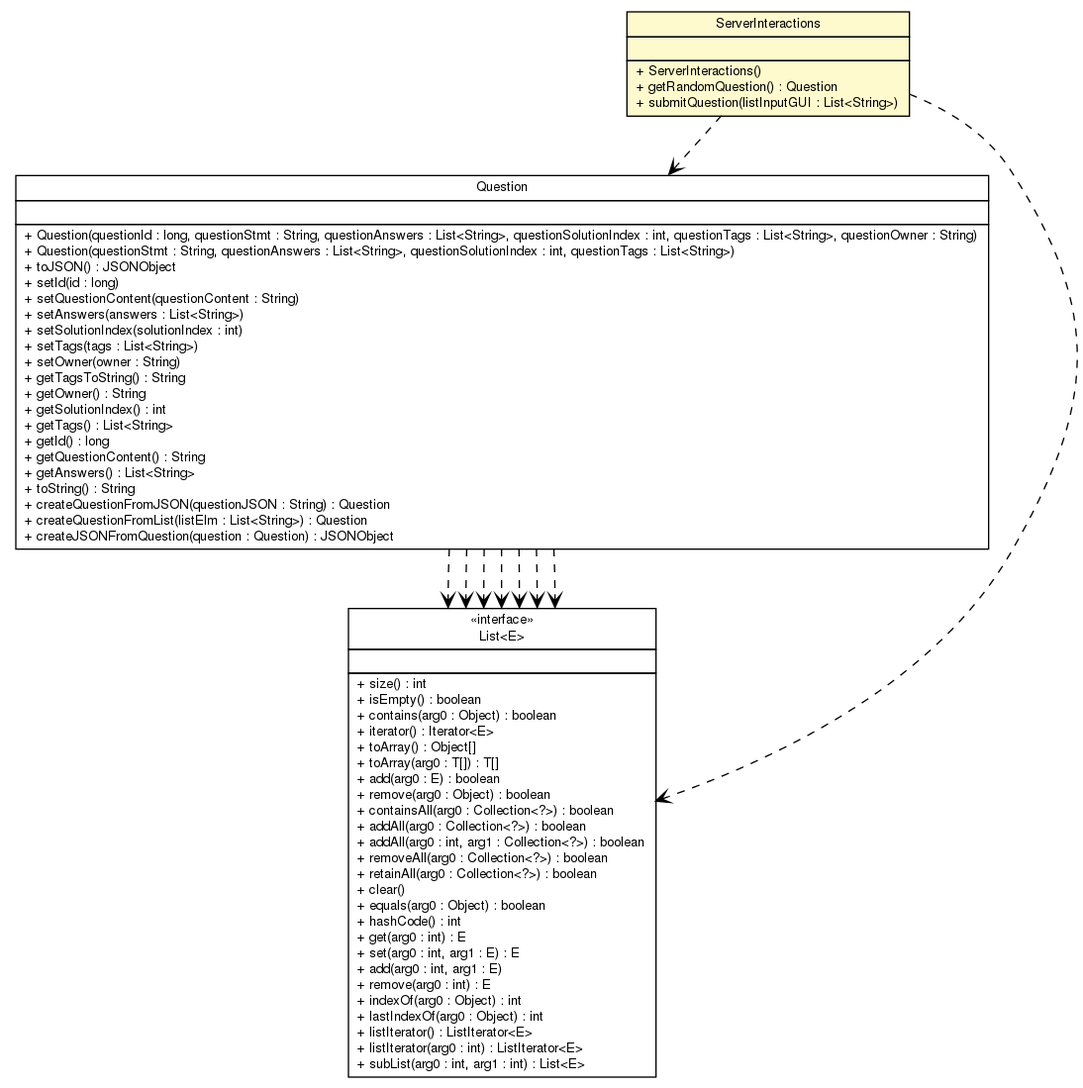
Before: SwEng2013QuizApp/reports/epfl/sweng/servercomm/ServerInteractions.png, a diagram exported from Graphviz (SidneyBovet/sweng-2013-quizapp). Its source is kept beside it as SwEng2013QuizApp/reports/epfl/sweng/servercomm/ServerInteractions.dot.
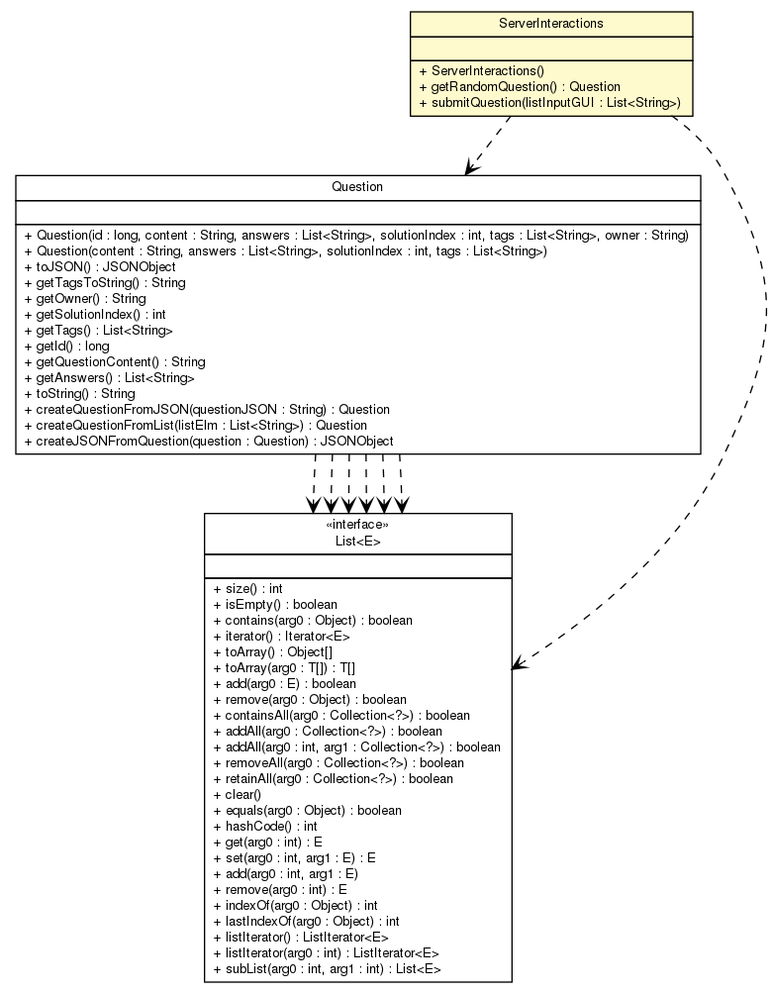
Above is the later version.

Change to the diagram source:
```diff
@@ -4,7 +4,7 @@
 	node [fontname="Helvetica",fontsize=10,shape=plaintext];
 	nodesep=0.25;
 	ranksep=0.5;
-	c754 [label=<<table title="epfl.sweng.backend.Question" border="0" cellborder="1" cellspacing="0" cellpadding="2" port="p" href="../backend/Question.html">
+	c723 [label=<<table title="epfl.sweng.backend.Question" border="0" cellborder="1" cellspacing="0" cellpadding="2" port="p" href="../backend/Question.html">
 		<tr><td><table border="0" cellspacing="0" cellpadding="1">
 <tr><td align="center" balign="center"> Question </td></tr>
 		</table></td></tr>
@@ -12,15 +12,9 @@
 <tr><td align="left" balign="left">  </td></tr>
 		</table></td></tr>
 		<tr><td><table border="0" cellspacing="0" cellpadding="1">
-<tr><td align="left" balign="left"> + Question(questionId : long, questionStmt : String, questionAnswers : List&lt;String&gt;, questionSolutionIndex : int, questionTags : List&lt;String&gt;, questionOwner : String) </td></tr>
-<tr><td align="left" balign="left"> + Question(questionStmt : String, questionAnswers : List&lt;String&gt;, questionSolutionIndex : int, questionTags : List&lt;String&gt;) </td></tr>
+<tr><td align="left" balign="left"> + Question(id : long, content : String, answers : List&lt;String&gt;, solutionIndex : int, tags : List&lt;String&gt;, owner : String) </td></tr>
+<tr><td align="left" balign="left"> + Question(content : String, answers : List&lt;String&gt;, solutionIndex : int, tags : List&lt;String&gt;) </td></tr>
 <tr><td align="left" balign="left"> + toJSON() : JSONObject </td></tr>
-<tr><td align="left" balign="left"> + setId(id : long) </td></tr>
-<tr><td align="left" balign="left"> + setQuestionContent(questionContent : String) </td></tr>
-<tr><td align="left" balign="left"> + setAnswers(answers : List&lt;String&gt;) </td></tr>
-<tr><td align="left" balign="left"> + setSolutionIndex(solutionIndex : int) </td></tr>
-<tr><td align="left" balign="left"> + setTags(tags : List&lt;String&gt;) </td></tr>
-<tr><td align="left" balign="left"> + setOwner(owner : String) </td></tr>
 <tr><td align="left" balign="left"> + getTagsToString() : String </td></tr>
 <tr><td align="left" balign="left"> + getOwner() : String </td></tr>
 <tr><td align="left" balign="left"> + getSolutionIndex() : int </td></tr>
@@ -34,7 +28,7 @@
 <tr><td align="left" balign="left"> + createJSONFromQuestion(question : Question) : JSONObject </td></tr>
 		</table></td></tr>
 		</table>>, URL="../backend/Question.html", fontname="Helvetica", fontcolor="black", fontsize=10.0];
-	c760 [label=<<table title="epfl.sweng.servercomm.ServerInteractions" border="0" cellborder="1" cellspacing="0" cellpadding="2" port="p" bgcolor="lemonChiffon" href="./ServerInteractions.html">
+	c729 [label=<<table title="epfl.sweng.servercomm.ServerInteractions" border="0" cellborder="1" cellspacing="0" cellpadding="2" port="p" bgcolor="lemonChiffon" href="./ServerInteractions.html">
 		<tr><td><table border="0" cellspacing="0" cellpadding="1">
 <tr><td align="center" balign="center"> ServerInteractions </td></tr>
 		</table></td></tr>
@@ -47,16 +41,15 @@
 <tr><td align="left" balign="left"> + submitQuestion(listInputGUI : List&lt;String&gt;) </td></tr>
 		</table></td></tr>
 		</table>>, URL="./ServerInteractions.html", fontname="Helvetica", fontcolor="black", fontsize=10.0];
-	c754:p -> c777:p [taillabel="", label="", headlabel="", fontname="Helvetica", fontcolor="black", fontsize=10.0, color="black", arrowhead=open, style=dashed];
-	c754:p -> c777:p [taillabel="", label="", headlabel="", fontname="Helvetica", fontcolor="black", fontsize=10.0, color="black", arrowhead=open, style=dashed];
-	c754:p -> c777:p [taillabel="", label="", headlabel="", fontname="Helvetica", fontcolor="black", fontsize=10.0, color="black", arrowhead=open, style=dashed];
-	c754:p -> c777:p [taillabel="", label="", headlabel="", fontname="Helvetica", fontcolor="black", fontsize=10.0, color="black", arrowhead=open, style=dashed];
-	c754:p -> c777:p [taillabel="", label="", headlabel="", fontname="Helvetica", fontcolor="black", fontsize=10.0, color="black", arrowhead=open, style=dashed];
-	c754:p -> c777:p [taillabel="", label="", headlabel="", fontname="Helvetica", fontcolor="black", fontsize=10.0, color="black", arrowhead=open, style=dashed];
-	c754:p -> c777:p [taillabel="", label="", headlabel="", fontname="Helvetica", fontcolor="black", fontsize=10.0, color="black", arrowhead=open, style=dashed];
-	c760:p -> c777:p [taillabel="", label="", headlabel="", fontname="Helvetica", fontcolor="black", fontsize=10.0, color="black", arrowhead=open, style=dashed];
-	c760:p -> c754:p [taillabel="", label="", headlabel="", fontname="Helvetica", fontcolor="black", fontsize=10.0, color="black", arrowhead=open, style=dashed];
-	c777 [label=<<table title="java.util.List" border="0" cellborder="1" cellspacing="0" cellpadding="2" port="p" href="http://java.sun.com/j2se/1.4.2/docs/api/java/util/List.html">
+	c723:p -> c746:p [taillabel="", label="", headlabel="", fontname="Helvetica", fontcolor="black", fontsize=10.0, color="black", arrowhead=open, style=dashed];
+	c723:p -> c746:p [taillabel="", label="", headlabel="", fontname="Helvetica", fontcolor="black", fontsize=10.0, color="black", arrowhead=open, style=dashed];
+	c723:p -> c746:p [taillabel="", label="", headlabel="", fontname="Helvetica", fontcolor="black", fontsize=10.0, color="black", arrowhead=open, style=dashed];
+	c723:p -> c746:p [taillabel="", label="", headlabel="", fontname="Helvetica", fontcolor="black", fontsize=10.0, color="black", arrowhead=open, style=dashed];
+	c723:p -> c746:p [taillabel="", label="", headlabel="", fontname="Helvetica", fontcolor="black", fontsize=10.0, color="black", arrowhead=open, style=dashed];
+	c723:p -> c746:p [taillabel="", label="", headlabel="", fontname="Helvetica", fontcolor="black", fontsize=10.0, color="black", arrowhead=open, style=dashed];
+	c729:p -> c746:p [taillabel="", label="", headlabel="", fontname="Helvetica", fontcolor="black", fontsize=10.0, color="black", arrowhead=open, style=dashed];
+	c729:p -> c723:p [taillabel="", label="", headlabel="", fontname="Helvetica", fontcolor="black", fontsize=10.0, color="black", arrowhead=open, style=dashed];
+	c746 [label=<<table title="java.util.List" border="0" cellborder="1" cellspacing="0" cellpadding="2" port="p" href="http://java.sun.com/j2se/1.4.2/docs/api/java/util/List.html">
 		<tr><td><table border="0" cellspacing="0" cellpadding="1">
 <tr><td align="center" balign="center"> &#171;interface&#187; </td></tr>
 <tr><td align="center" balign="center"> List&lt;E&gt; </td></tr>
```
